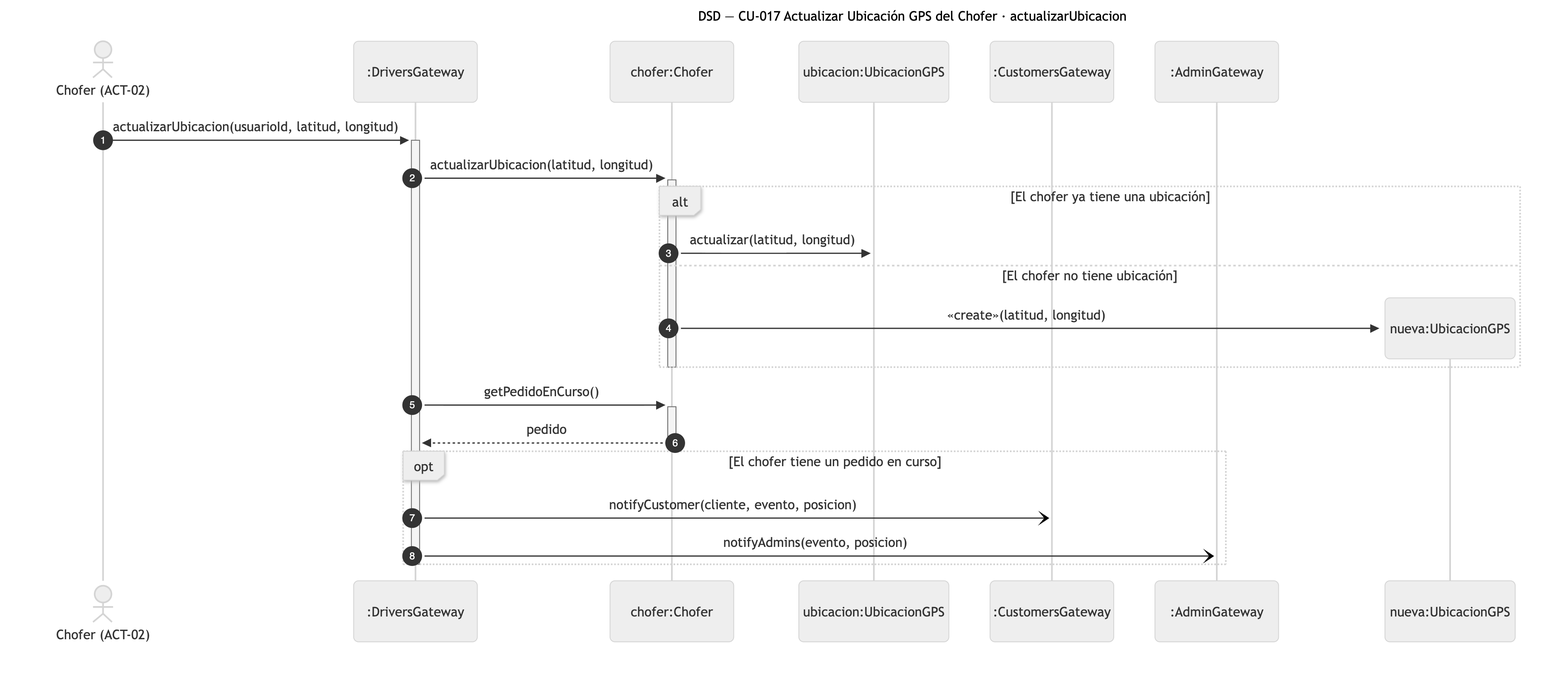
Before: diagramas/png/DSD_CU-017_actualizarUbicacion.png, a diagram exported from Mermaid (Nahuelito-Dev/splg-docs). Its source is kept beside it as diagramas/DSD_CU-017_actualizarUbicacion.mmd.
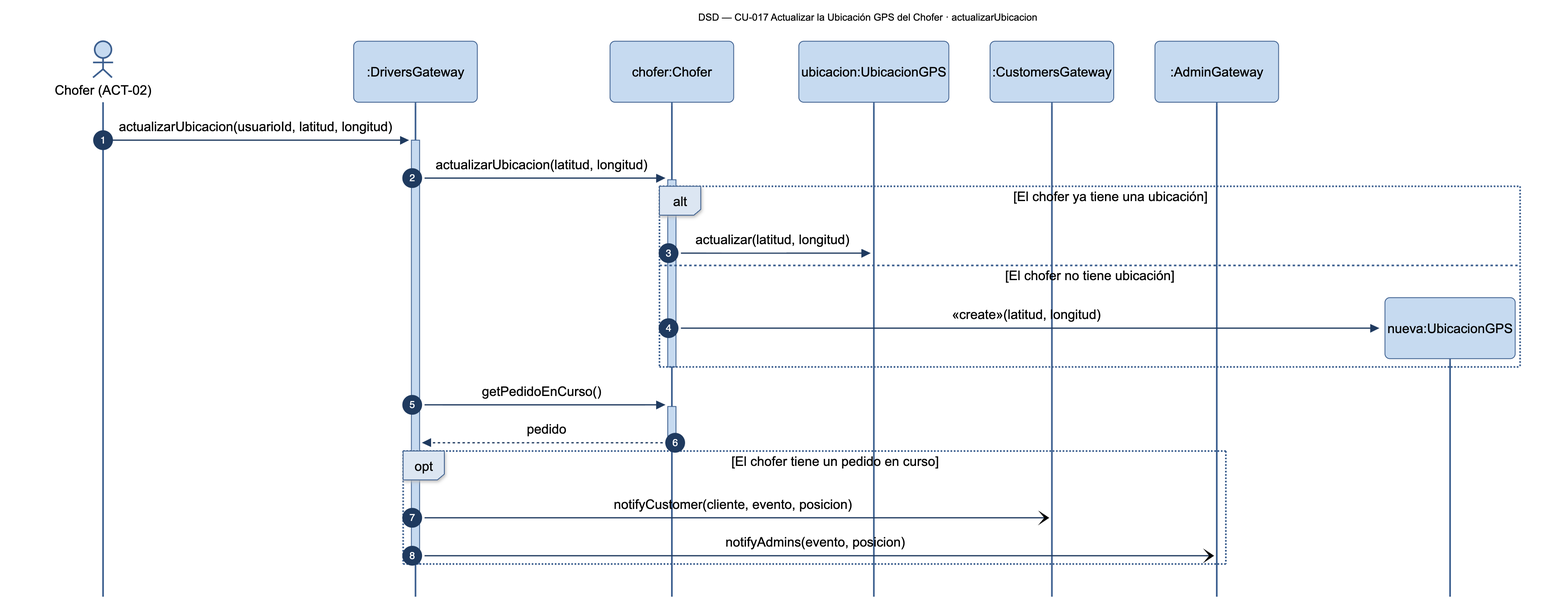
After the commit.

What changed in the source:
```diff
@@ -1,5 +1,5 @@
 sequenceDiagram
-    title DSD — CU-017 Actualizar Ubicación GPS del Chofer · actualizarUbicacion
+    title DSD — CU-017 Actualizar la Ubicación GPS del Chofer · actualizarUbicacion
     autonumber
     actor CHF as Chofer (ACT-02)
     participant GW as :DriversGateway
```
